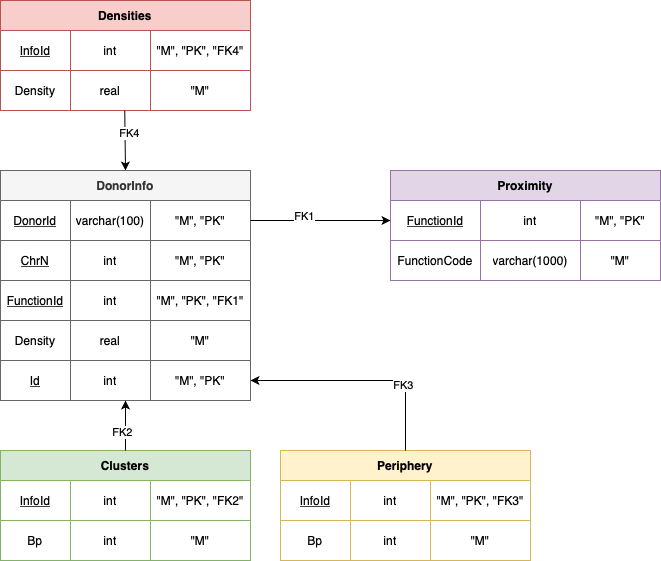
Earlier version of the draw.io export chromo.png (Timoniche/DenseWeightedSubgraph). Source tidied: cells renumbered, new cells last; positions are measured from the earlier drawing's top-left corner, leaving out a move shared by most shapes.
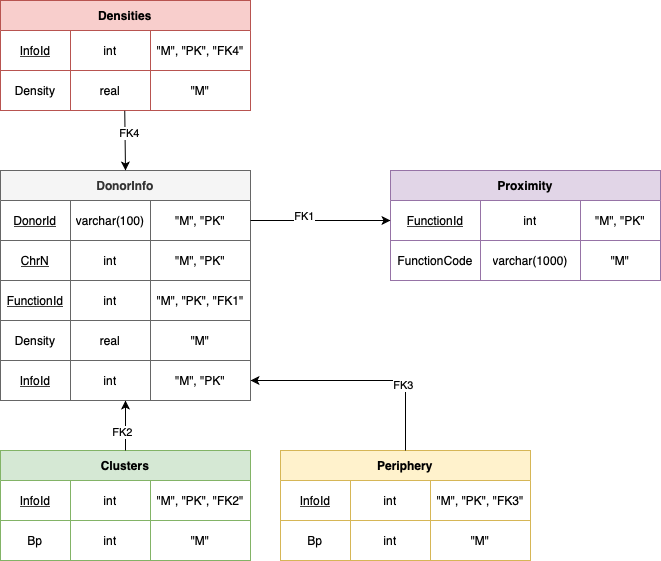
Above is the later version.

Diff of the diagram source:
```diff
@@ -137,7 +137,7 @@
     <mxCell id="46" style="shape=partialRectangle;html=1;whiteSpace=wrap;fillColor=none;top=0;left=0;bottom=0;right=0;points=[[0,0.5],[1,0.5]];portConstraint=eastwest;" parent="29" vertex="1">
       <mxGeometry y="190" width="250" height="40" as="geometry" />
     </mxCell>
-    <mxCell id="47" value="&lt;u&gt;Id&lt;/u&gt;" style="shape=partialRectangle;html=1;whiteSpace=wrap;fillColor=none;top=0;left=0;bottom=0;right=0;overflow=hidden;" parent="46" vertex="1">
+    <mxCell id="47" value="&lt;u&gt;InfoId&lt;/u&gt;" style="shape=partialRectangle;html=1;whiteSpace=wrap;fillColor=none;top=0;left=0;bottom=0;right=0;overflow=hidden;" parent="46" vertex="1">
       <mxGeometry width="70" height="40" as="geometry" />
     </mxCell>
     <mxCell id="48" value="int" style="shape=partialRectangle;html=1;whiteSpace=wrap;fillColor=none;top=0;left=0;bottom=0;right=0;overflow=hidden;" parent="46" vertex="1">
```
